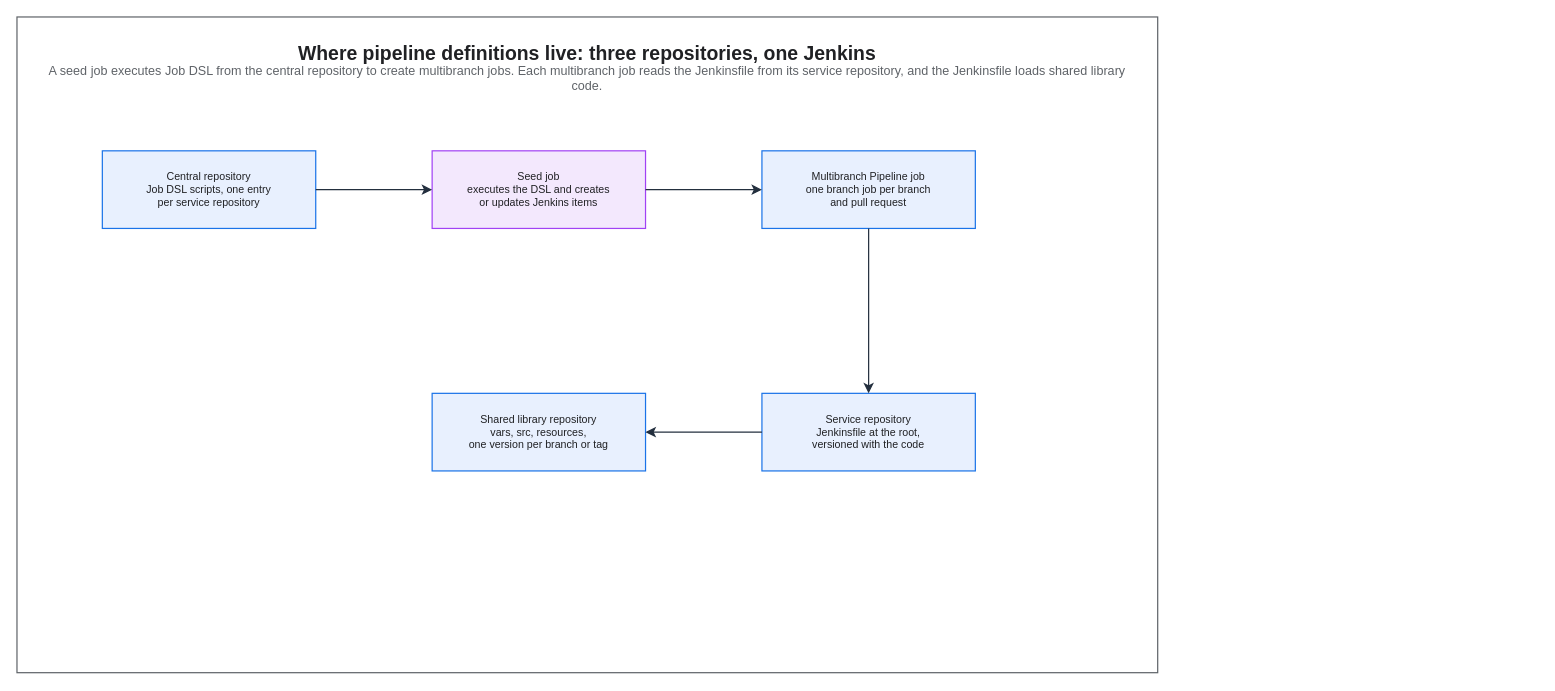
Above: assets/img/ci-cd/jenkins/jenkins-pipeline-layers.drawio in KKamJi98/kkamji98.github.io (draw.io), before the change. Source tidied: cells renumbered, new cells numbered last; positions are measured from the earlier drawing's top-left corner, leaving out a move shared by most shapes. Both pictures are drawn from the tidied source at 97%, with x=0, y=0 at pixel (16, 16).
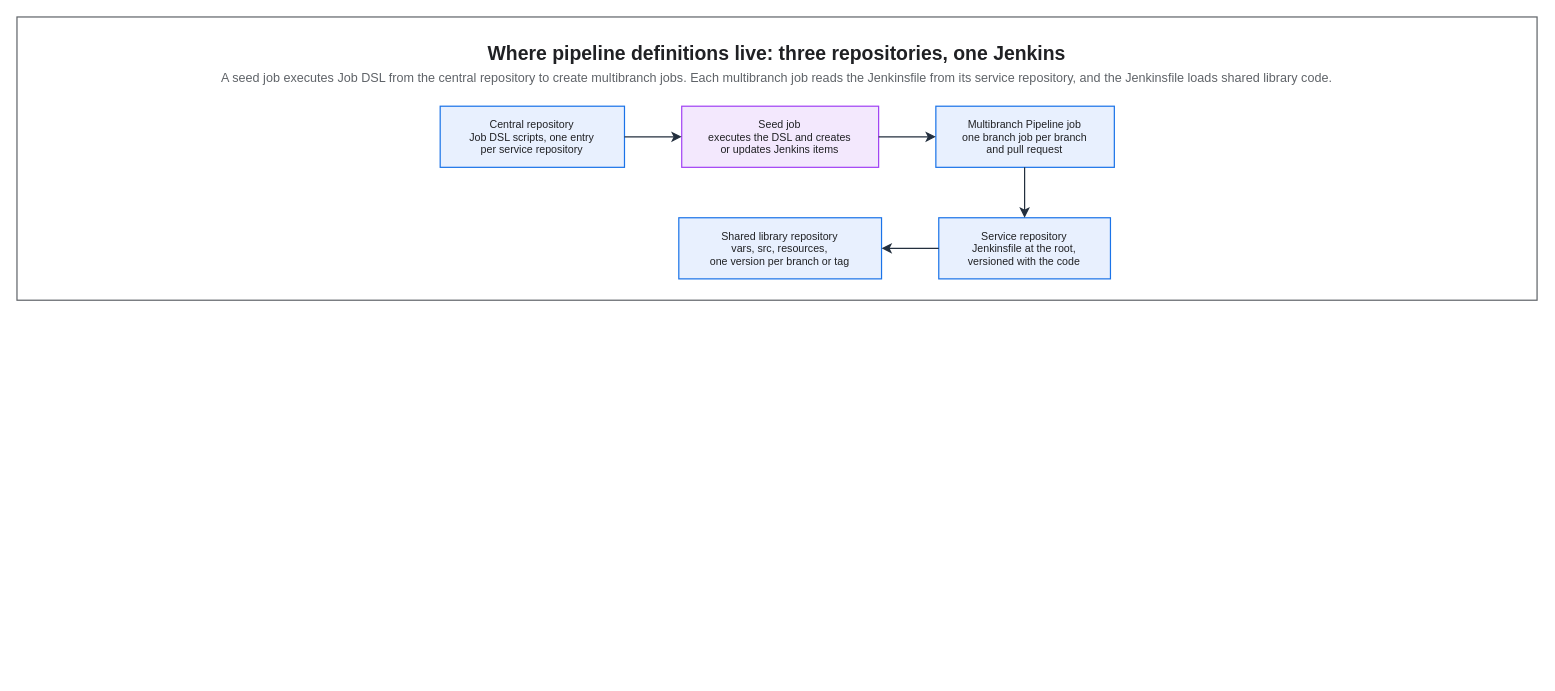
Above is the later version.

Commit message (it also covers changes not shown here):
fix(diagrams): give the three Jenkins diagrams the specs they were missing

The edit, as a diff of the source:
```diff
@@
 <mxGraphModel background="#FFFFFF">
   <root>
     <mxCell id="0" />
     <mxCell id="1" parent="0" />
     <mxCell id="2" style="rounded=0;html=0;fillColor=none;strokeColor=#5F6368;fontColor=#202124;strokeWidth=1.25;" parent="1" vertex="1">
-      <mxGeometry width="1176" height="676" as="geometry" />
+      <mxGeometry width="1567.1" height="292" as="geometry" />
     </mxCell>
     <mxCell id="3" value="Where pipeline definitions live: three repositories, one Jenkins" style="text;html=0;whiteSpace=wrap;fillColor=none;strokeColor=none;fontColor=#202124;fontSize=20;fontStyle=1;align=center;verticalAlign=middle;" parent="1" vertex="1">
-      <mxGeometry x="22" y="22" width="1132" height="30" as="geometry" />
+      <mxGeometry x="22" y="22" width="1523.1" height="30" as="geometry" />
     </mxCell>
     <mxCell id="4" value="A seed job executes Job DSL from the central repository to create multibranch jobs. Each multibranch job reads the Jenkinsfile from its service repository, and the Jenkinsfile loads shared library code." style="text;html=0;whiteSpace=wrap;fillColor=none;strokeColor=none;fontColor=#5F6368;fontSize=13;fontStyle=0;align=center;verticalAlign=middle;" parent="1" vertex="1">
-      <mxGeometry x="22" y="52" width="1132" height="22" as="geometry" />
+      <mxGeometry x="22" y="52" width="1523.1" height="22" as="geometry" />
     </mxCell>
-    <mxCell id="5" value="Central repository&#10;Job DSL scripts, one entry&#10;per service repository" style="rounded=0;whiteSpace=wrap;html=0;fillColor=#E8F0FE;strokeColor=#1A73E8;fontColor=#202124;fontSize=11;fontStyle=0;align=center;verticalAlign=middle;strokeWidth=1.25;" parent="1" vertex="1">
-      <mxGeometry x="88" y="138" width="220" height="80" as="geometry" />
+    <mxCell id="5" value="Central repository&#10;Job DSL scripts, one entry&#10;per service repository" style="rounded=0;whiteSpace=wrap;html=0;fillColor=#E8F0FE;strokeColor=#1A73E8;fontColor=#202124;fontSize=11;fontStyle=0;align=center;verticalAlign=middle;spacingLeft=6;spacingRight=6;strokeWidth=1.25;" parent="1" vertex="1">
+      <mxGeometry x="436.3" y="92" width="190" height="63" as="geometry" />
     </mxCell>
-    <mxCell id="6" value="Seed job&#10;executes the DSL and creates&#10;or updates Jenkins items" style="rounded=0;whiteSpace=wrap;html=0;fillColor=#F3E8FD;strokeColor=#A142F4;fontColor=#202124;fontSize=11;fontStyle=0;align=center;verticalAlign=middle;strokeWidth=1.25;" parent="1" vertex="1">
-      <mxGeometry x="428" y="138" width="220" height="80" as="geometry" />
+    <mxCell id="6" value="Seed job&#10;executes the DSL and creates&#10;or updates Jenkins items" style="rounded=0;whiteSpace=wrap;html=0;fillColor=#F3E8FD;strokeColor=#A142F4;fontColor=#202124;fontSize=11;fontStyle=0;align=center;verticalAlign=middle;spacingLeft=6;spacingRight=6;strokeWidth=1.25;" parent="1" vertex="1">
+      <mxGeometry x="685.3" y="92" width="203" height="63" as="geometry" />
     </mxCell>
-    <mxCell id="7" value="Multibranch Pipeline job&#10;one branch job per branch&#10;and pull request" style="rounded=0;whiteSpace=wrap;html=0;fillColor=#E8F0FE;strokeColor=#1A73E8;fontColor=#202124;fontSize=11;fontStyle=0;align=center;verticalAlign=middle;strokeWidth=1.25;" parent="1" vertex="1">
-      <mxGeometry x="768" y="138" width="220" height="80" as="geometry" />
+    <mxCell id="7" value="Multibranch Pipeline job&#10;one branch job per branch&#10;and pull request" style="rounded=0;whiteSpace=wrap;html=0;fillColor=#E8F0FE;strokeColor=#1A73E8;fontColor=#202124;fontSize=11;fontStyle=0;align=center;verticalAlign=middle;spacingLeft=6;spacingRight=6;strokeWidth=1.25;" parent="1" vertex="1">
+      <mxGeometry x="947.3" y="92" width="184" height="63" as="geometry" />
     </mxCell>
+    <mxCell id="9" value="Shared library repository&#10;vars, src, resources,&#10;one version per branch or tag" style="rounded=0;whiteSpace=wrap;html=0;fillColor=#E8F0FE;strokeColor=#1A73E8;fontColor=#202124;fontSize=11;fontStyle=0;align=center;verticalAlign=middle;spacingLeft=6;spacingRight=6;strokeWidth=1.25;" parent="1" vertex="1">
+      <mxGeometry x="682.3" y="207" width="209" height="63" as="geometry" />
+    </mxCell>
-    <mxCell id="8" value="Service repository&#10;Jenkinsfile at the root,&#10;versioned with the code" style="rounded=0;whiteSpace=wrap;html=0;fillColor=#E8F0FE;strokeColor=#1A73E8;fontColor=#202124;fontSize=11;fontStyle=0;align=center;verticalAlign=middle;strokeWidth=1.25;" parent="1" vertex="1">
-      <mxGeometry x="768" y="388" width="220" height="80" as="geometry" />
+    <mxCell id="8" value="Service repository&#10;Jenkinsfile at the root,&#10;versioned with the code" style="rounded=0;whiteSpace=wrap;html=0;fillColor=#E8F0FE;strokeColor=#1A73E8;fontColor=#202124;fontSize=11;fontStyle=0;align=center;verticalAlign=middle;spacingLeft=6;spacingRight=6;strokeWidth=1.25;" parent="1" vertex="1">
+      <mxGeometry x="950.3" y="207" width="177" height="63" as="geometry" />
     </mxCell>
-    <mxCell id="9" value="Shared library repository&#10;vars, src, resources,&#10;one version per branch or tag" style="rounded=0;whiteSpace=wrap;html=0;fillColor=#E8F0FE;strokeColor=#1A73E8;fontColor=#202124;fontSize=11;fontStyle=0;align=center;verticalAlign=middle;strokeWidth=1.25;" parent="1" vertex="1">
-      <mxGeometry x="428" y="388" width="220" height="80" as="geometry" />
-    </mxCell>
-    <mxCell id="10" style="edgeStyle=orthogonalEdgeStyle;rounded=0;html=0;strokeColor=#232F3E;strokeWidth=1.25;endArrow=classic;endFill=1;endSize=7;fontColor=#202124;labelBackgroundColor=none;exitX=1;exitY=0.5;entryX=0;entryY=0.5;exitDx=0;exitDy=0;entryDx=0;entryDy=0;" parent="1" edge="1" source="5" target="6">
+    <mxCell id="10" style="edgeStyle=orthogonalEdgeStyle;rounded=0;html=0;strokeColor=#232F3E;strokeWidth=1.25;endArrow=classic;endFill=1;endSize=7;fontSize=11;fontColor=#202124;labelBackgroundColor=none;jettySize=14;exitX=1;exitY=0.5;entryX=0;entryY=0.5;exitDx=0;exitDy=0;entryDx=0;entryDy=0;" parent="1" edge="1" source="5" target="6">
       <mxGeometry relative="1" as="geometry" />
     </mxCell>
-    <mxCell id="11" style="edgeStyle=orthogonalEdgeStyle;rounded=0;html=0;strokeColor=#232F3E;strokeWidth=1.25;endArrow=classic;endFill=1;endSize=7;fontColor=#202124;labelBackgroundColor=none;exitX=1;exitY=0.5;entryX=0;entryY=0.5;exitDx=0;exitDy=0;entryDx=0;entryDy=0;" parent="1" edge="1" source="6" target="7">
+    <mxCell id="11" style="edgeStyle=orthogonalEdgeStyle;rounded=0;html=0;strokeColor=#232F3E;strokeWidth=1.25;endArrow=classic;endFill=1;endSize=7;fontSize=11;fontColor=#202124;labelBackgroundColor=none;jettySize=14;exitX=1;exitY=0.5;entryX=0;entryY=0.5;exitDx=0;exitDy=0;entryDx=0;entryDy=0;" parent="1" edge="1" source="6" target="7">
       <mxGeometry relative="1" as="geometry" />
     </mxCell>
-    <mxCell id="12" style="edgeStyle=orthogonalEdgeStyle;rounded=0;html=0;strokeColor=#232F3E;strokeWidth=1.25;endArrow=classic;endFill=1;endSize=7;fontColor=#202124;labelBackgroundColor=none;exitX=0.5;exitY=1;entryX=0.5;entryY=0;exitDx=0;exitDy=0;entryDx=0;entryDy=0;" parent="1" edge="1" source="7" target="8">
+    <mxCell id="12" style="edgeStyle=orthogonalEdgeStyle;rounded=0;html=0;strokeColor=#232F3E;strokeWidth=1.25;endArrow=classic;endFill=1;endSize=7;fontSize=11;fontColor=#202124;labelBackgroundColor=none;jettySize=14;exitX=0.4973;exitY=1;entryX=0.5;entryY=0;exitDx=0;exitDy=0;entryDx=0;entryDy=0;" parent="1" edge="1" source="7" target="8">
       <mxGeometry relative="1" as="geometry" />
     </mxCell>
-    <mxCell id="13" style="edgeStyle=orthogonalEdgeStyle;rounded=0;html=0;strokeColor=#232F3E;strokeWidth=1.25;endArrow=classic;endFill=1;endSize=7;fontColor=#202124;labelBackgroundColor=none;exitX=0;exitY=0.5;entryX=1;entryY=0.5;exitDx=0;exitDy=0;entryDx=0;entryDy=0;" parent="1" edge="1" source="8" target="9">
+    <mxCell id="13" style="edgeStyle=orthogonalEdgeStyle;rounded=0;html=0;strokeColor=#232F3E;strokeWidth=1.25;endArrow=classic;endFill=1;endSize=7;fontSize=11;fontColor=#202124;labelBackgroundColor=none;jettySize=14;exitX=0;exitY=0.5;entryX=1;entryY=0.5;exitDx=0;exitDy=0;entryDx=0;entryDy=0;" parent="1" edge="1" source="8" target="9">
       <mxGeometry relative="1" as="geometry" />
     </mxCell>
   </root>
 </mxGraphModel>
```
